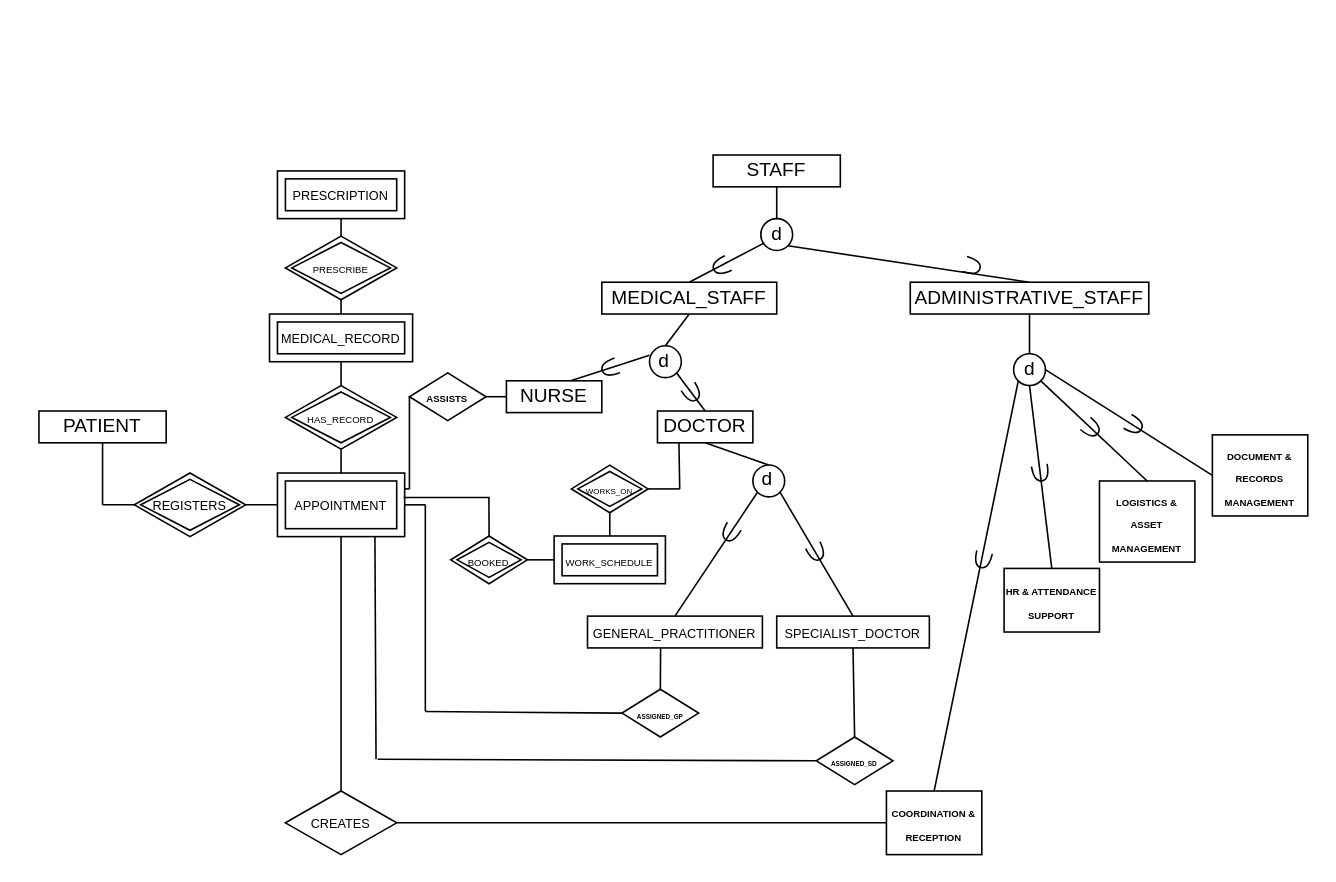
The draw.io diagram Telemedicine.drawio in Cinzogoni/Database_Telemedicine, before the edit. Source tidied: cells renumbered, new cells numbered last; positions are measured from the earlier drawing's top-left corner, leaving out a move shared by most shapes. Both pictures are drawn from the tidied source at 159%, with x=0, y=0 at pixel (38, 154).
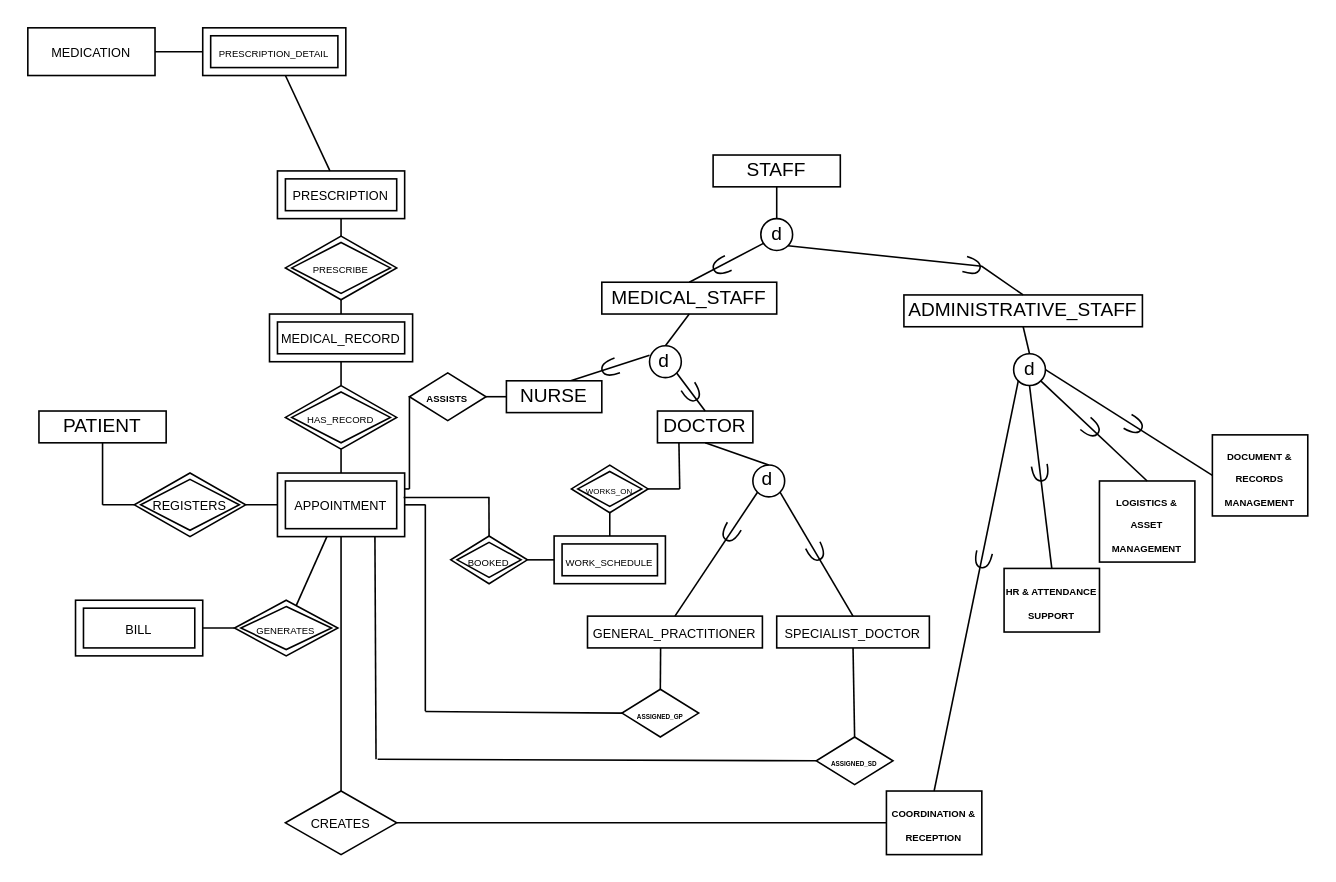
The same diagram, later.

Commit message:
Update EER diagram: add Bill, Medication, refine relationships

Unchanged cells that the change refers to:
```xml
<mxCell id="4" style="ellipse;whiteSpace=wrap;html=1;shapeInside=1;" parent="1" vertex="1">
  <mxGeometry x="454" y="40" width="20" height="20" as="geometry" />
</mxCell>
<mxCell id="40" value="&lt;font style=&quot;font-size: 8px;&quot;&gt;APPOINTMENT&lt;/font&gt;" style="shape=ext;margin=3;double=1;whiteSpace=wrap;html=1;align=center;" parent="1" vertex="1">
  <mxGeometry x="150" y="200" width="80" height="40" as="geometry" />
</mxCell>
<mxCell id="67" value="&lt;font style=&quot;font-size: 8px;&quot;&gt;PRESCRIPTION&lt;/font&gt;" style="shape=ext;margin=3;double=1;whiteSpace=wrap;html=1;align=center;" parent="1" vertex="1">
  <mxGeometry x="150" y="10" width="80" height="30" as="geometry" />
</mxCell>
```

What changed in the source:
```diff
@@
     <mxCell id="7" value="ADMINISTRATIVE_STAFF" style="whiteSpace=wrap;html=1;align=center;" parent="1" vertex="1">
-      <mxGeometry x="548" y="80" width="150" height="20" as="geometry" />
+      <mxGeometry x="544" y="88" width="150" height="20" as="geometry" />
     </mxCell>
@@
     <mxCell id="14" style="endArrow=none;html=1;rounded=0;defaultLabelBackgroundColor=page;exitX=1;exitY=1;exitDx=0;exitDy=0;entryX=0.5;entryY=0;entryDx=0;entryDy=0;" parent="1" edge="1" source="4" target="7">
-      <mxGeometry relative="1" as="geometry" />
+      <mxGeometry relative="1" as="geometry">
+        <Array as="points">
+          <mxPoint x="593" y="70" />
+        </Array>
+      </mxGeometry>
     </mxCell>
@@
+    <mxCell id="85" value="&lt;font style=&quot;font-size: 8px;&quot;&gt;BILL&lt;/font&gt;" style="shape=ext;margin=3;double=1;whiteSpace=wrap;html=1;align=center;" parent="1" vertex="1">
+      <mxGeometry x="23" y="280" width="80" height="35" as="geometry" />
+    </mxCell>
+    <mxCell id="86" value="&lt;font style=&quot;font-size: 6px;&quot;&gt;GENERATES&lt;/font&gt;" style="shape=rhombus;double=1;perimeter=rhombusPerimeter;whiteSpace=wrap;html=1;align=center;" parent="1" vertex="1">
+      <mxGeometry x="123" y="280" width="65" height="35" as="geometry" />
+    </mxCell>
+    <mxCell id="87" style="endArrow=none;html=1;rounded=0;" parent="1" edge="1" source="40" target="86">
+      <mxGeometry relative="1" as="geometry" />
+    </mxCell>
+    <mxCell id="88" style="endArrow=none;html=1;rounded=0;" parent="1" edge="1" source="86" target="85">
+      <mxGeometry relative="1" as="geometry" />
+    </mxCell>
+    <mxCell id="89" value="&lt;font style=&quot;font-size: 8px;&quot;&gt;MEDICATION&lt;/font&gt;" style="whiteSpace=wrap;html=1;align=center;" parent="1" vertex="1">
+      <mxGeometry x="-7" y="-80" width="80" height="30" as="geometry" />
+    </mxCell>
+    <mxCell id="90" value="&lt;font style=&quot;font-size: 6px;&quot;&gt;PRESCRIPTION_DETAIL&lt;/font&gt;" style="shape=ext;margin=3;double=1;whiteSpace=wrap;html=1;align=center;" parent="1" vertex="1">
+      <mxGeometry x="103" y="-80" width="90" height="30" as="geometry" />
+    </mxCell>
+    <mxCell id="91" style="endArrow=none;html=1;rounded=0;" parent="1" edge="1" source="67" target="90">
+      <mxGeometry relative="1" as="geometry" />
+    </mxCell>
+    <mxCell id="92" style="endArrow=none;html=1;rounded=0;" parent="1" edge="1" source="90" target="89">
+      <mxGeometry relative="1" as="geometry" />
+    </mxCell>
```
